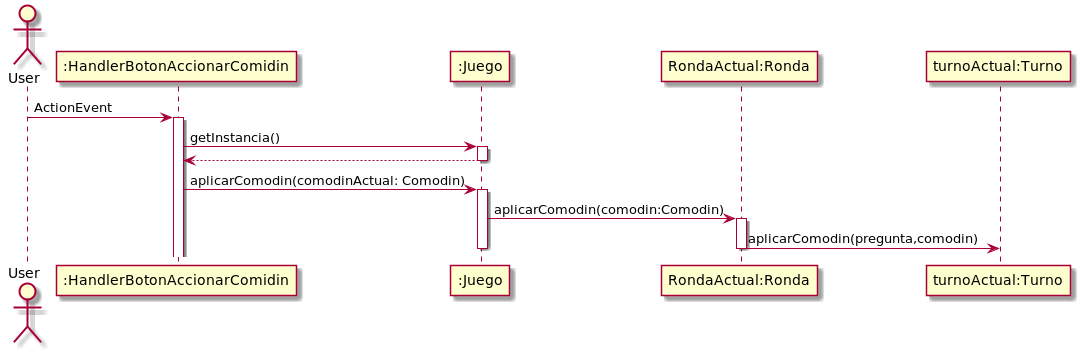
Alex1161/TP2 keeps this PlantUML diagram as src/main/java/edu/fiuba/algo3/Diagramas/png/DS/DSComidin1.png. Above is the earlier version.
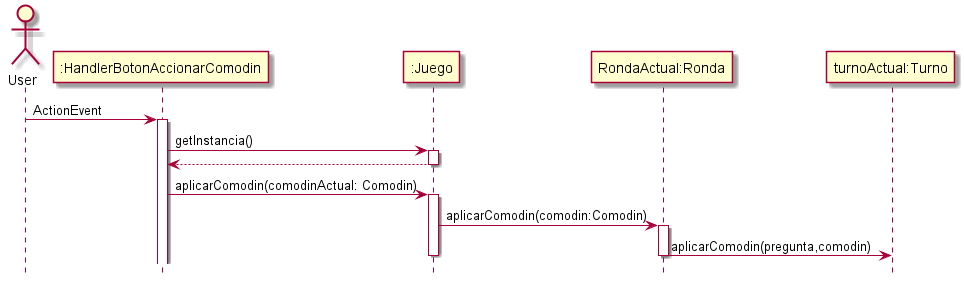
The same diagram one commit later.

Change to the diagram source:
```diff
@@ -1,13 +1,14 @@
 @startuml
+hide footbox
 Actor User
-User -> ":HandlerBotonAccionarComidin": ActionEvent
-activate ":HandlerBotonAccionarComidin"
-":HandlerBotonAccionarComidin"-> ":Juego": getInstancia()
+User -> ":HandlerBotonAccionarComodin": ActionEvent
+activate ":HandlerBotonAccionarComodin"
+":HandlerBotonAccionarComodin"-> ":Juego": getInstancia()
 activate ":Juego"
-":Juego" --> ":HandlerBotonAccionarComidin"
+":Juego" --> ":HandlerBotonAccionarComodin"
 deactivate ":Juego"
 
-":HandlerBotonAccionarComidin" -> ":Juego" : aplicarComodin(comodinActual: Comodin)
+":HandlerBotonAccionarComodin" -> ":Juego" : aplicarComodin(comodinActual: Comodin)
 
 activate ":Juego"
 ":Juego" ->"RondaActual:Ronda":aplicarComodin(comodin:Comodin)
```
